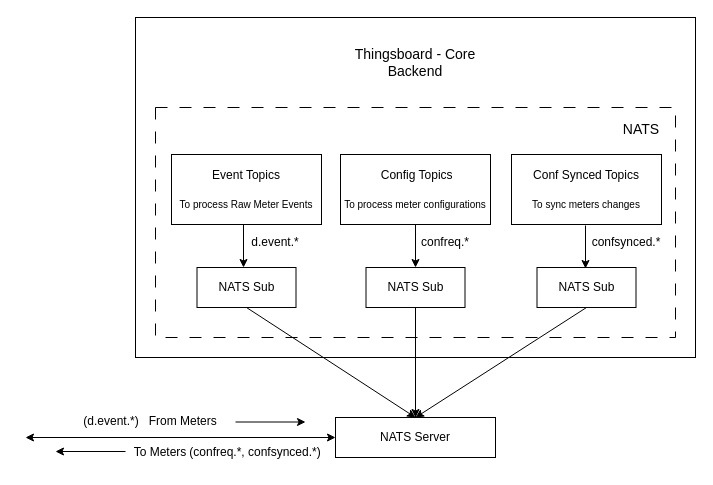
Above: Core_Diagram_2.drawio in vkpatil84/Vaibhav-file (draw.io), before the change. Source tidied: cells renumbered, new cells numbered last; positions are measured from the earlier drawing's top-left corner, leaving out a move shared by most shapes. Both pictures are drawn from the tidied source at 100%, with x=0, y=0 at pixel (25, 17).
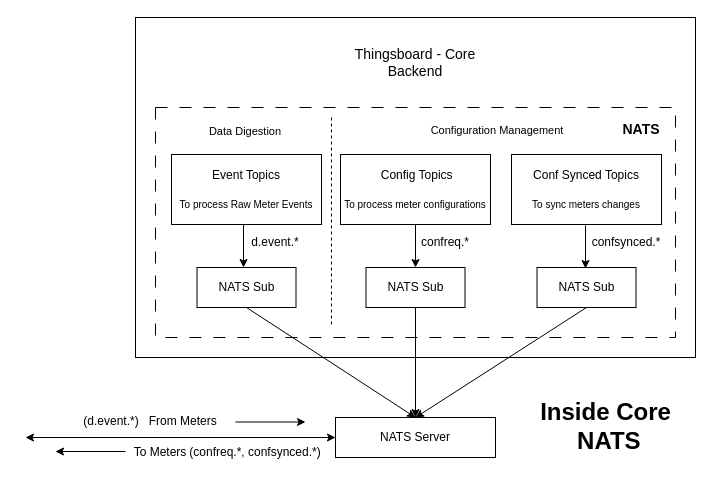
After the change.

What changed in the source:
```diff
@@
-    <mxCell id="7" value="&lt;font style=&quot;font-size: 14px;&quot;&gt;NATS&lt;/font&gt;" style="text;html=1;align=center;verticalAlign=middle;whiteSpace=wrap;rounded=0;" parent="1" vertex="1">
+    <mxCell id="7" value="&lt;font style=&quot;font-size: 14px;&quot;&gt;&lt;b&gt;NATS&lt;/b&gt;&lt;/font&gt;" style="text;html=1;align=center;verticalAlign=middle;whiteSpace=wrap;rounded=0;" parent="1" vertex="1">
       <mxGeometry x="586" y="97" width="60" height="30" as="geometry" />
     </mxCell>
@@
+    <mxCell id="29" style="line;strokeWidth=1;direction=south;html=1;dashed=1;" parent="1" vertex="1">
+      <mxGeometry x="301" y="100" width="10" height="210" as="geometry" />
+    </mxCell>
+    <mxCell id="30" value="&lt;font style=&quot;font-size: 11px;&quot;&gt;Configuration Management&lt;/font&gt;" style="text;html=1;align=center;verticalAlign=middle;whiteSpace=wrap;rounded=0;" parent="1" vertex="1">
+      <mxGeometry x="389.5" y="98" width="164" height="30" as="geometry" />
+    </mxCell>
+    <mxCell id="31" value="&lt;font style=&quot;font-size: 11px;&quot;&gt;Data Digestion&lt;/font&gt;" style="text;html=1;align=center;verticalAlign=middle;whiteSpace=wrap;rounded=0;" parent="1" vertex="1">
+      <mxGeometry x="171.5" y="99" width="96" height="30" as="geometry" />
+    </mxCell>
+    <mxCell id="32" value="Inside Core&lt;div&gt;&amp;nbsp;NATS&lt;/div&gt;" style="text;strokeColor=none;fillColor=none;html=1;fontSize=24;fontStyle=1;verticalAlign=middle;align=center;" parent="1" vertex="1">
+      <mxGeometry x="490" y="389" width="180" height="40" as="geometry" />
+    </mxCell>
```
